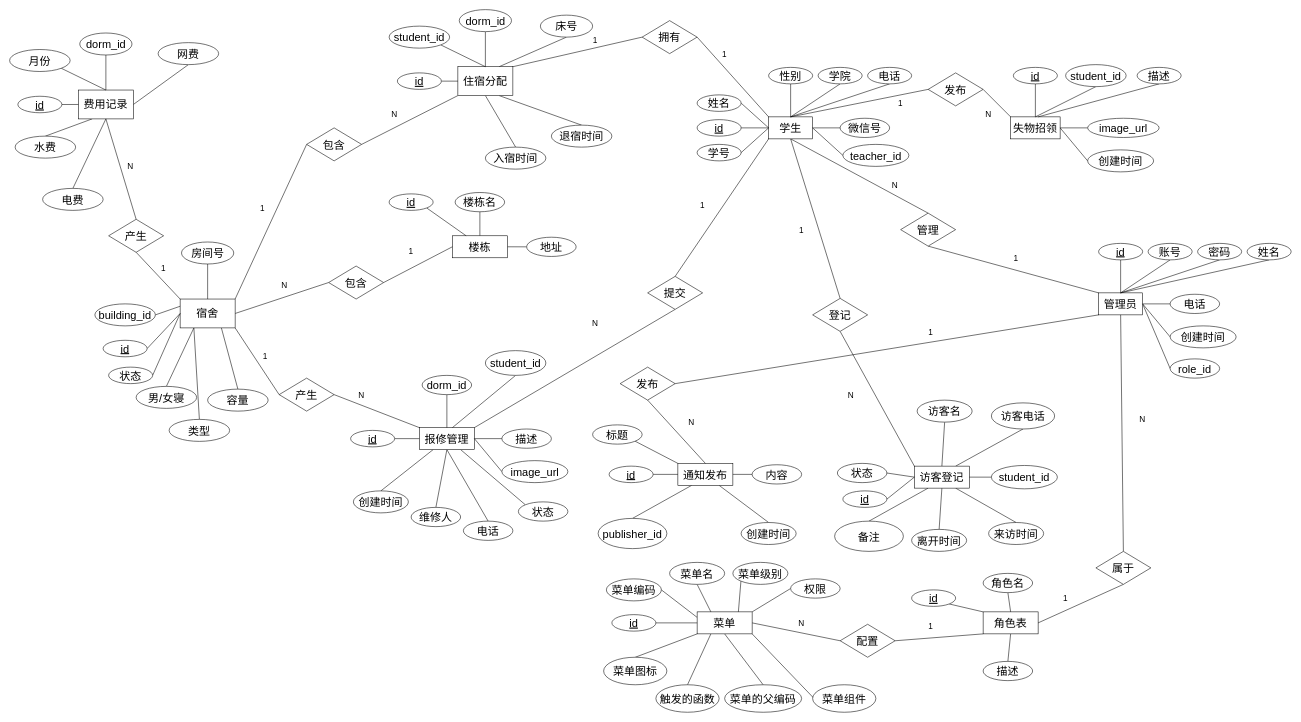
Earlier version of the draw.io diagram ER图.drawio (lyb040701/draw). Source tidied: cells renumbered, new cells numbered last; positions are measured from the earlier drawing's top-left corner, leaving out a move shared by most shapes. Both pictures are drawn from the tidied source at 55%, with x=0, y=0 at pixel (9, 9).
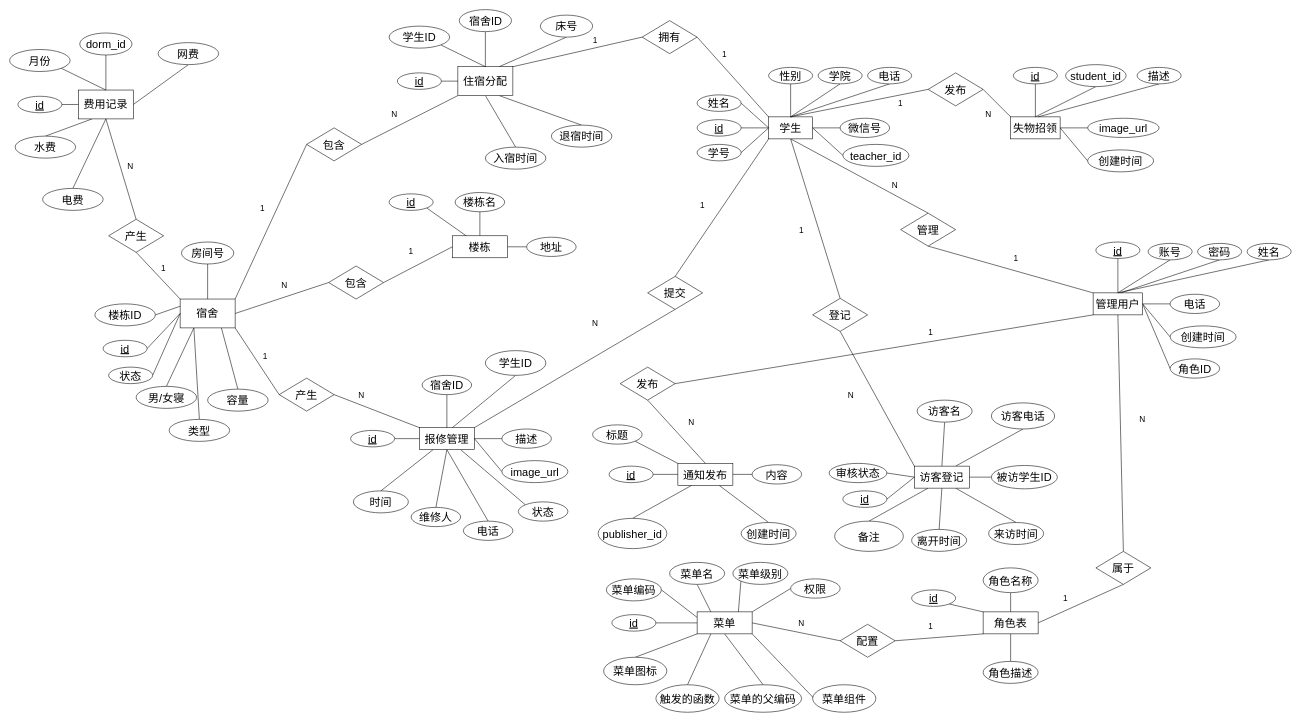
Above is the later version.

The edit, as a diff of the source:
```diff
@@
-    <mxCell id="22" value="&lt;font style=&quot;font-size: 20px;&quot;&gt;管理员&lt;/font&gt;" style="rounded=0;whiteSpace=wrap;html=1;" parent="1" vertex="1">
-      <mxGeometry x="1980" y="515" width="80" height="40" as="geometry" />
+    <mxCell id="22" value="&lt;font style=&quot;font-size: 20px;&quot;&gt;管理用户&lt;/font&gt;" style="rounded=0;whiteSpace=wrap;html=1;" parent="1" vertex="1">
+      <mxGeometry x="1970" y="515" width="90" height="40" as="geometry" />
     </mxCell>
@@
     <mxCell id="28" value="&lt;span style=&quot;font-size: 20px;&quot;&gt;&lt;u&gt;id&lt;/u&gt;&lt;/span&gt;" style="ellipse;whiteSpace=wrap;html=1;" parent="1" vertex="1">
-      <mxGeometry x="1980" y="425" width="80" height="30" as="geometry" />
+      <mxGeometry x="1975" y="422.5" width="80" height="30" as="geometry" />
     </mxCell>
@@
-    <mxCell id="35" value="&lt;font style=&quot;font-size: 20px;&quot;&gt;role_id&lt;br&gt;&lt;/font&gt;" style="ellipse;whiteSpace=wrap;html=1;" parent="1" vertex="1">
+    <mxCell id="35" value="&lt;font style=&quot;font-size: 20px;&quot;&gt;角色ID&lt;br&gt;&lt;/font&gt;" style="ellipse;whiteSpace=wrap;html=1;" parent="1" vertex="1">
       <mxGeometry x="2110" y="635" width="90" height="35" as="geometry" />
     </mxCell>
@@
-    <mxCell id="64" value="&lt;span style=&quot;font-size: 20px;&quot;&gt;student_id&lt;/span&gt;" style="ellipse;whiteSpace=wrap;html=1;" parent="1" vertex="1">
+    <mxCell id="64" value="&lt;span style=&quot;font-size: 20px;&quot;&gt;学生ID&lt;/span&gt;" style="ellipse;whiteSpace=wrap;html=1;" parent="1" vertex="1">
       <mxGeometry x="690" y="30" width="110" height="40" as="geometry" />
     </mxCell>
@@
-    <mxCell id="66" value="&lt;span style=&quot;font-size: 20px;&quot;&gt;dorm_id&lt;/span&gt;" style="ellipse;whiteSpace=wrap;html=1;" parent="1" vertex="1">
+    <mxCell id="66" value="&lt;span style=&quot;font-size: 20px;&quot;&gt;宿舍ID&lt;/span&gt;" style="ellipse;whiteSpace=wrap;html=1;" parent="1" vertex="1">
       <mxGeometry x="817.5" width="95" height="40" as="geometry" />
     </mxCell>
@@
-    <mxCell id="84" value="&lt;span style=&quot;font-size: 20px;&quot;&gt;building_id&lt;/span&gt;" style="ellipse;whiteSpace=wrap;html=1;" parent="1" vertex="1">
+    <mxCell id="84" value="&lt;span style=&quot;font-size: 20px;&quot;&gt;楼栋ID&lt;/span&gt;" style="ellipse;whiteSpace=wrap;html=1;" parent="1" vertex="1">
       <mxGeometry x="155" y="535" width="110" height="40" as="geometry" />
     </mxCell>
@@
-    <mxCell id="110" value="&lt;span style=&quot;font-size: 20px;&quot;&gt;dorm_id&lt;/span&gt;" style="ellipse;whiteSpace=wrap;html=1;" parent="1" vertex="1">
+    <mxCell id="110" value="&lt;span style=&quot;font-size: 20px;&quot;&gt;宿舍ID&lt;/span&gt;" style="ellipse;whiteSpace=wrap;html=1;" parent="1" vertex="1">
       <mxGeometry x="750" y="665" width="90" height="35" as="geometry" />
     </mxCell>
@@
-    <mxCell id="112" value="&lt;span style=&quot;font-size: 20px;&quot;&gt;student_id&lt;/span&gt;" style="ellipse;whiteSpace=wrap;html=1;" parent="1" vertex="1">
+    <mxCell id="112" value="&lt;span style=&quot;font-size: 20px;&quot;&gt;学生ID&lt;/span&gt;" style="ellipse;whiteSpace=wrap;html=1;" parent="1" vertex="1">
       <mxGeometry x="865" y="620" width="110" height="45" as="geometry" />
     </mxCell>
@@
-    <mxCell id="114" value="&lt;font style=&quot;font-size: 20px;&quot;&gt;创建时间&lt;/font&gt;" style="ellipse;whiteSpace=wrap;html=1;" parent="1" vertex="1">
+    <mxCell id="114" value="&lt;font style=&quot;font-size: 20px;&quot;&gt;时间&lt;/font&gt;" style="ellipse;whiteSpace=wrap;html=1;" parent="1" vertex="1">
       <mxGeometry x="625" y="875" width="100" height="40" as="geometry" />
     </mxCell>
@@
-    <mxCell id="163" value="&lt;span style=&quot;font-size: 20px;&quot;&gt;student_id&lt;/span&gt;" style="ellipse;whiteSpace=wrap;html=1;" parent="1" vertex="1">
+    <mxCell id="163" value="&lt;span style=&quot;font-size: 20px;&quot;&gt;被访学生ID&lt;/span&gt;" style="ellipse;whiteSpace=wrap;html=1;" parent="1" vertex="1">
       <mxGeometry x="1785" y="828.8" width="120" height="42.5" as="geometry" />
     </mxCell>
@@
-    <mxCell id="169" value="&lt;font style=&quot;font-size: 20px;&quot;&gt;状态&lt;br&gt;&lt;/font&gt;" style="ellipse;whiteSpace=wrap;html=1;" parent="1" vertex="1">
-      <mxGeometry x="1505" y="825" width="90" height="35" as="geometry" />
+    <mxCell id="169" value="&lt;font style=&quot;font-size: 20px;&quot;&gt;审核状态&lt;br&gt;&lt;/font&gt;" style="ellipse;whiteSpace=wrap;html=1;" parent="1" vertex="1">
+      <mxGeometry x="1490" y="825" width="105" height="35" as="geometry" />
     </mxCell>
@@
-    <mxCell id="198" value="&lt;span style=&quot;font-size: 20px;&quot;&gt;描述&lt;/span&gt;" style="ellipse;whiteSpace=wrap;html=1;" parent="1" vertex="1">
-      <mxGeometry x="1770" y="1185" width="90" height="35" as="geometry" />
+    <mxCell id="198" value="&lt;span style=&quot;font-size: 20px;&quot;&gt;角色描述&lt;/span&gt;" style="ellipse;whiteSpace=wrap;html=1;" parent="1" vertex="1">
+      <mxGeometry x="1770" y="1185" width="100" height="40" as="geometry" />
     </mxCell>
@@
-    <mxCell id="200" value="&lt;span style=&quot;font-size: 20px;&quot;&gt;角色名&lt;/span&gt;" style="ellipse;whiteSpace=wrap;html=1;" parent="1" vertex="1">
-      <mxGeometry x="1770" y="1025" width="90" height="35" as="geometry" />
+    <mxCell id="200" value="&lt;span style=&quot;font-size: 20px;&quot;&gt;角色名称&lt;/span&gt;" style="ellipse;whiteSpace=wrap;html=1;" parent="1" vertex="1">
+      <mxGeometry x="1770" y="1015" width="100" height="45" as="geometry" />
     </mxCell>
```
